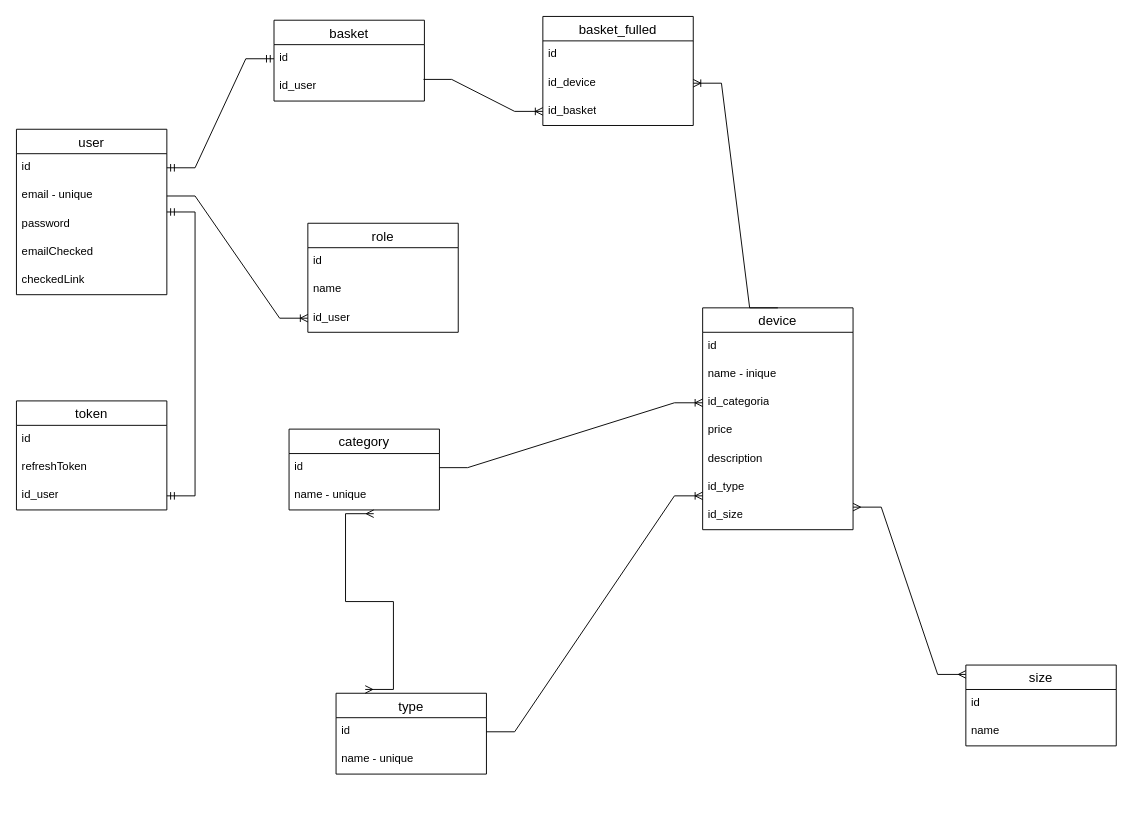
Earlier version of the draw.io diagram shose.drawio (OlegGrn/draw_io). Source tidied: cells renumbered, new cells numbered last; positions are measured from the earlier drawing's top-left corner, leaving out a move shared by most shapes. Both pictures are drawn from the tidied source at 94%, with x=0, y=0 at pixel (-22, 16).
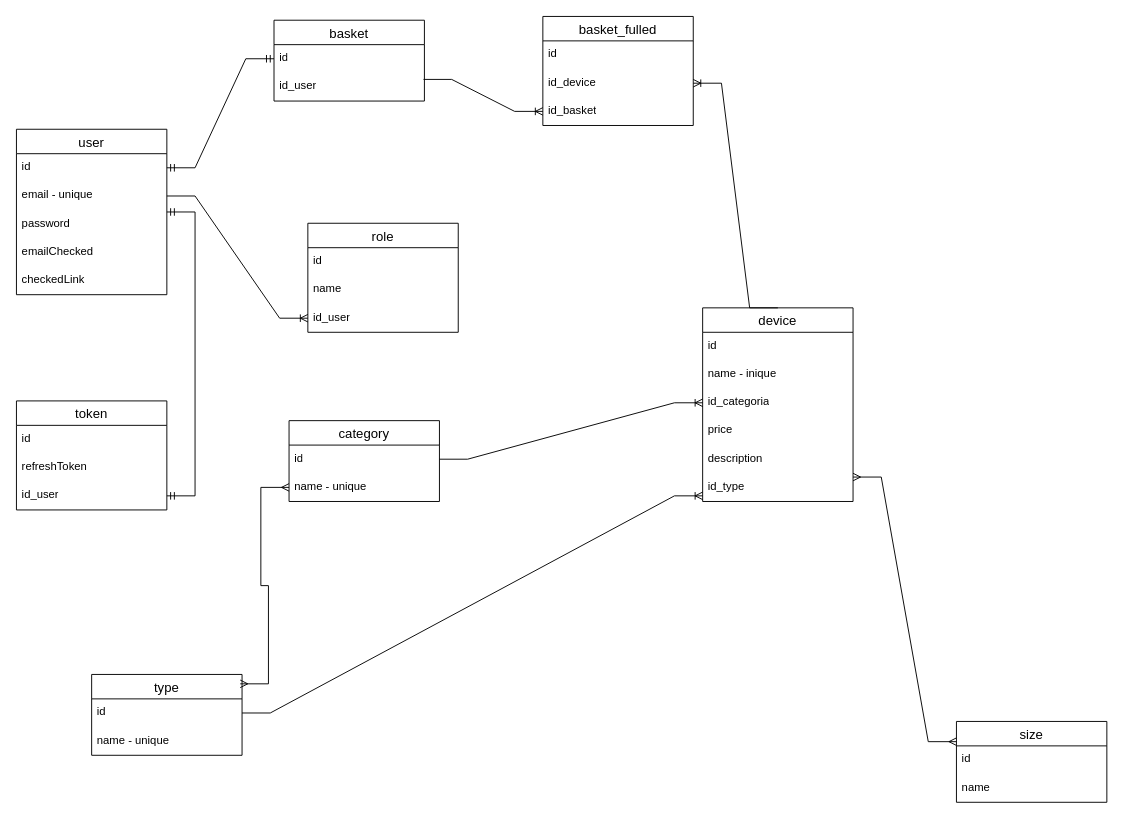
After the change.

Unchanged cells that the change refers to:
```xml
<mxCell id="34" value="name - unique" style="text;strokeColor=none;fillColor=none;spacingLeft=4;spacingRight=4;overflow=hidden;points=[[0,0.5],[1,0.5]];portConstraint=eastwest;fontSize=12;whiteSpace=wrap;html=1;" parent="32" vertex="1">
  <mxGeometry y="56" width="160" height="30" as="geometry" />
</mxCell>
```

Change to the diagram source:
```diff
@@
     <mxCell id="11" value="device" style="swimlane;fontStyle=0;horizontal=1;startSize=26;align=center;fontSize=14;" parent="1" vertex="1">
-      <mxGeometry x="770" y="310" width="160" height="236" as="geometry" />
+      <mxGeometry x="770" y="310" width="160" height="206" as="geometry" />
     </mxCell>
@@
-    <mxCell id="18" value="id_size" style="text;strokeColor=none;fillColor=none;spacingLeft=4;spacingRight=4;overflow=hidden;fontSize=12;whiteSpace=wrap;html=1;" parent="11" vertex="1">
-      <mxGeometry y="206" width="160" height="30" as="geometry" />
-    </mxCell>
     <mxCell id="19" value="type" style="swimlane;fontStyle=0;horizontal=1;startSize=26;align=center;fontSize=14;" parent="1" vertex="1">
-      <mxGeometry x="380" y="720" width="160" height="86" as="geometry" />
+      <mxGeometry x="120" y="700" width="160" height="86" as="geometry" />
     </mxCell>
@@
     <mxCell id="23" value="size" style="swimlane;fontStyle=0;horizontal=1;startSize=26;align=center;fontSize=14;" parent="1" vertex="1">
-      <mxGeometry x="1050" y="690" width="160" height="86" as="geometry" />
+      <mxGeometry x="1040" y="750" width="160" height="86" as="geometry" />
     </mxCell>
@@
     <mxCell id="32" value="category" style="swimlane;fontStyle=0;horizontal=1;startSize=26;align=center;fontSize=14;" parent="1" vertex="1">
-      <mxGeometry x="330" y="439" width="160" height="86" as="geometry" />
+      <mxGeometry x="330" y="430" width="160" height="86" as="geometry" />
     </mxCell>
@@
-    <mxCell id="36" style="edgeStyle=entityRelationEdgeStyle;fontSize=12;html=1;endArrow=ERmany;startArrow=ERmany;rounded=0;entryX=0.563;entryY=1.133;entryDx=0;entryDy=0;entryPerimeter=0;exitX=0.194;exitY=-0.047;exitDx=0;exitDy=0;exitPerimeter=0;strokeColor=#000000;" parent="1" edge="1" source="19" target="34">
-      <mxGeometry relative="1" as="geometry" />
-    </mxCell>
@@
-    <mxCell id="48" style="edgeStyle=entityRelationEdgeStyle;fontSize=12;html=1;endArrow=ERmany;startArrow=ERmany;rounded=0;entryX=0;entryY=0.116;entryDx=0;entryDy=0;entryPerimeter=0;strokeColor=#000000;" parent="1" edge="1" target="23">
-      <mxGeometry relative="1" as="geometry">
-        <mxPoint x="930" y="522" as="sourcePoint" />
-      </mxGeometry>
-    </mxCell>
+    <mxCell id="36" style="edgeStyle=entityRelationEdgeStyle;fontSize=12;html=1;endArrow=ERmany;startArrow=ERmany;rounded=0;exitX=0.988;exitY=0.116;exitDx=0;exitDy=0;entryX=0;entryY=0.5;entryDx=0;entryDy=0;exitPerimeter=0;" parent="1" edge="1" source="19" target="34">
+      <mxGeometry relative="1" as="geometry" />
+    </mxCell>
+    <mxCell id="49" style="edgeStyle=entityRelationEdgeStyle;fontSize=12;html=1;endArrow=ERmany;startArrow=ERmany;rounded=0;entryX=0;entryY=0.25;entryDx=0;entryDy=0;" parent="1" edge="1" target="23">
+      <mxGeometry relative="1" as="geometry">
+        <mxPoint x="930" y="490" as="sourcePoint" />
+      </mxGeometry>
+    </mxCell>
```
